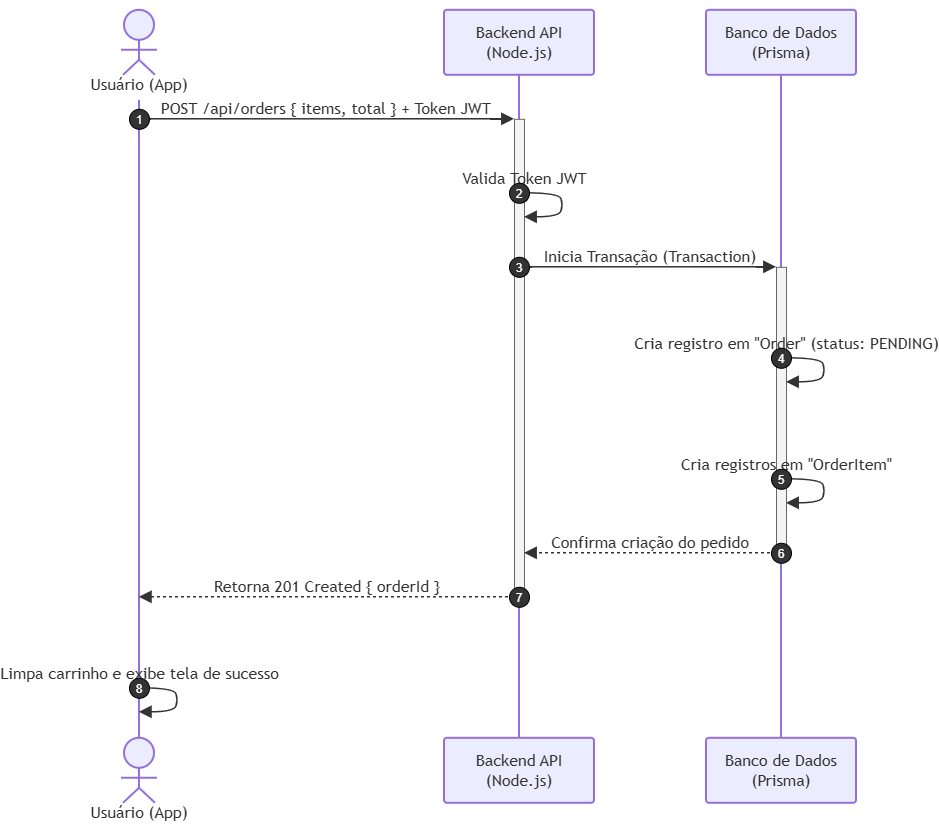
Above: Documentacao/DS/DS-APP/2 - Fluxo de Realização de Pedido - APP.png in VyttorRamos/GastroMatch (draw.io), before the change. Source tidied: cells renumbered, new cells last; positions are measured from the earlier drawing's top-left corner, leaving out a move shared by most shapes.
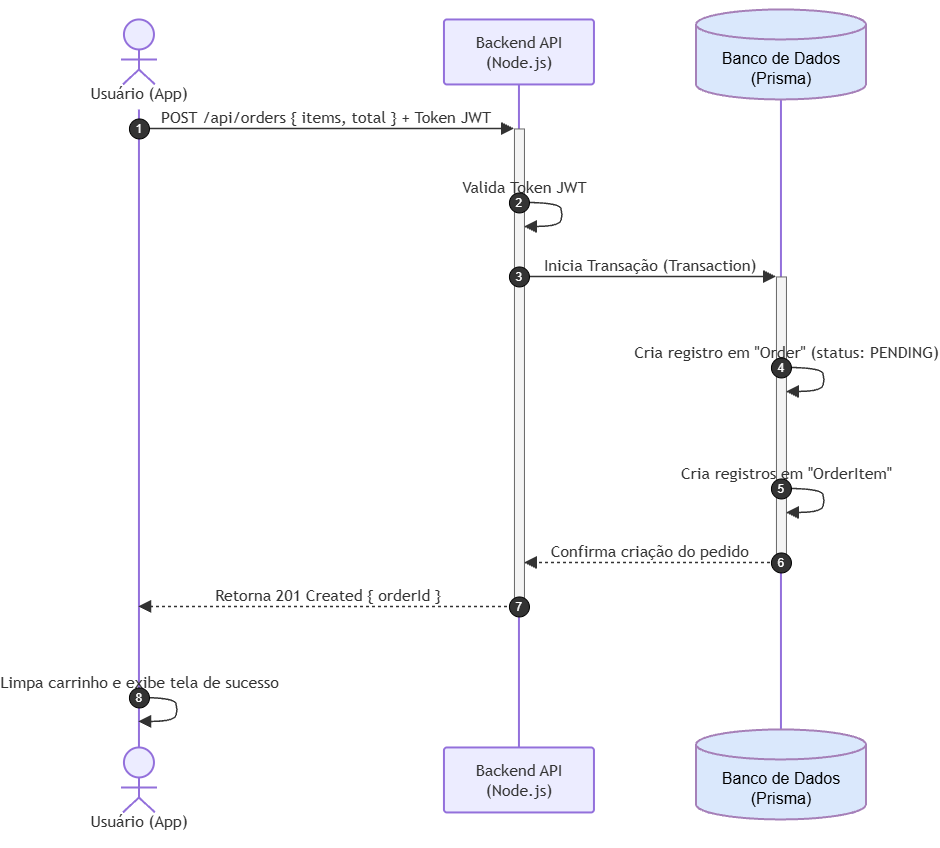
The same diagram one commit later.

The edit, as a diff of the source:
```diff
@@ -3,7 +3,7 @@
     <mxCell id="0" />
     <mxCell id="1" parent="0" />
     <mxCell id="2" style="group;transparentBounds=1;editIcon=1;lockedGroup=0;groupPadding=10;" parent="1" vertex="1">
-      <mxGeometry as="geometry" />
+      <mxGeometry width="867" height="840" as="geometry" />
     </mxCell>
     <mxCell id="3" value="Usuário (App)" style="html=1;shape=umlLifeline;perimeter=lifelinePerimeter;whiteSpace=wrap;outlineConnect=0;portConstraint=eastwest;newEdgeStyle={&quot;edgeStyle&quot;:&quot;elbowEdgeStyle&quot;,&quot;elbow&quot;:&quot;vertical&quot;,&quot;curved&quot;:0,&quot;rounded&quot;:0};lifelineDashed=0;strokeWidth=2;rounded=1;absoluteArcSize=1;arcSize=6;lifelineColor=light-dark(#9370DB,#cccccc);participant=seqActorStick;verticalAlign=bottom;align=center;spacingBottom=4;size=90;lifelineMirror=1;fillColor=light-dark(#ECECFF,#1f2020);strokeColor=light-dark(#9370DB,#cccccc);fontColor=light-dark(#333333,#cccccc);fontFamily=Trebuchet MS,Verdana,Arial,sans-serif;fontSize=16;" parent="2" vertex="1">
       <mxGeometry x="55" y="30" width="150" height="818" as="geometry" />
@@ -120,5 +120,11 @@
     <mxCell id="27" value="8" style="ellipse;fillColor=light-dark(#333333,#cccccc);align=center;verticalAlign=middle;fontColor=light-dark(#FFFFFF,#333333);fontSize=12;" parent="2" vertex="1">
       <mxGeometry x="120" y="698" width="20" height="20" as="geometry" />
     </mxCell>
+    <mxCell id="28" value="&lt;font style=&quot;font-size: 16px;&quot;&gt;Banco de Dados&lt;br&gt;(Prisma)&lt;/font&gt;" style="shape=cylinder3;whiteSpace=wrap;html=1;boundedLbl=1;backgroundOutline=1;size=15;fillColor=#dae8fc;strokeColor=#A680B8;strokeWidth=2;" parent="2" vertex="1">
+      <mxGeometry x="687" y="20" width="170" height="90" as="geometry" />
+    </mxCell>
+    <mxCell id="29" value="&lt;font style=&quot;font-size: 16px;&quot;&gt;Banco de Dados&lt;br&gt;(Prisma)&lt;/font&gt;" style="shape=cylinder3;whiteSpace=wrap;html=1;boundedLbl=1;backgroundOutline=1;size=15;fillColor=#dae8fc;strokeColor=#A680B8;strokeWidth=2;" parent="2" vertex="1">
+      <mxGeometry x="687" y="740" width="170" height="90" as="geometry" />
+    </mxCell>
   </root>
 </mxGraphModel>
```
